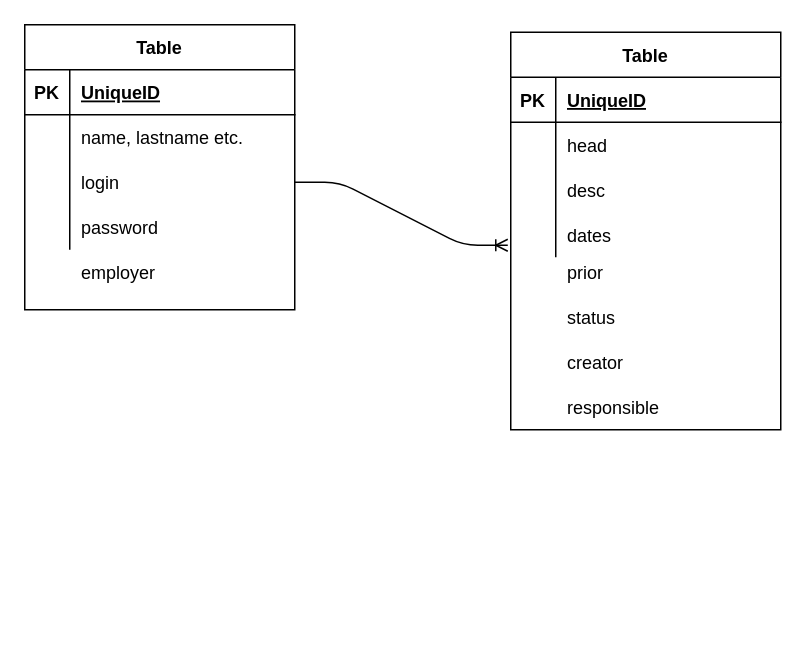
Earlier version of the draw.io diagram Untitled Diagram.drawio (EvilPolygon/TODO_fun). Source tidied: cells renumbered, new cells numbered last; positions are measured from the earlier drawing's top-left corner, leaving out a move shared by most shapes. Both pictures are drawn from the tidied source at 150%, with x=0, y=0 at pixel (24, 24).
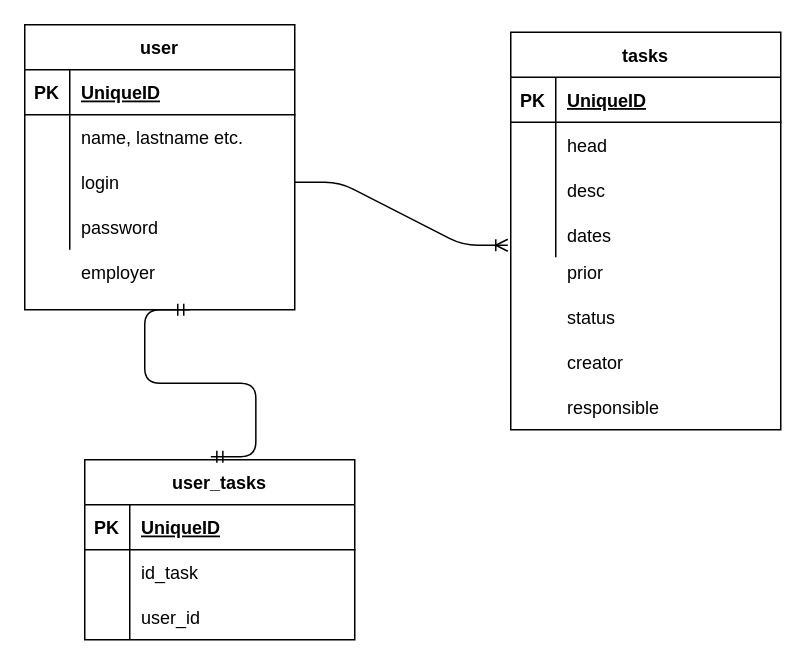
After the change.

What changed in the source:
```diff
@@
-    <mxCell id="2" value="Table" style="shape=table;startSize=30;childLayout=tableLayout;rowLines=0;fontStyle=1;align=center;" parent="1" vertex="1">
+    <mxCell id="2" value="tasks" style="shape=table;startSize=30;childLayout=tableLayout;rowLines=0;fontStyle=1;align=center;" parent="1" vertex="1">
       <mxGeometry x="324" y="5" width="180" height="265" as="geometry" />
     </mxCell>
@@
-    <mxCell id="15" value="Table" style="shape=table;startSize=30;childLayout=tableLayout;rowLines=0;fontStyle=1;align=center;" parent="1" vertex="1">
+    <mxCell id="15" value="user" style="shape=table;startSize=30;childLayout=tableLayout;rowLines=0;fontStyle=1;align=center;" parent="1" vertex="1">
       <mxGeometry width="180" height="190" as="geometry" />
     </mxCell>
@@
+    <mxCell id="34" value="user_tasks" style="shape=table;startSize=30;childLayout=tableLayout;rowLines=0;fontStyle=1;align=center;" parent="1" vertex="1">
+      <mxGeometry x="40" y="290" width="180" height="120" as="geometry" />
+    </mxCell>
+    <mxCell id="35" style="shape=partialRectangle;fillColor=none;top=0;left=0;bottom=1;right=0;" parent="34" vertex="1">
+      <mxGeometry y="30" width="180" height="30" as="geometry" />
+    </mxCell>
+    <mxCell id="36" value="PK" style="shape=partialRectangle;fillColor=none;top=0;left=0;bottom=0;right=0;fontStyle=1;overflow=hidden;" parent="35" vertex="1">
+      <mxGeometry width="30" height="30" as="geometry" />
+    </mxCell>
+    <mxCell id="37" value="UniqueID" style="shape=partialRectangle;fillColor=none;top=0;left=0;bottom=0;right=0;align=left;spacingLeft=6;fontStyle=5;overflow=hidden;" parent="35" vertex="1">
+      <mxGeometry x="30" width="150" height="30" as="geometry" />
+    </mxCell>
+    <mxCell id="38" style="shape=partialRectangle;fillColor=none;top=0;left=0;bottom=0;right=0;" parent="34" vertex="1">
+      <mxGeometry y="60" width="180" height="30" as="geometry" />
+    </mxCell>
+    <mxCell id="39" style="shape=partialRectangle;fillColor=none;top=0;left=0;bottom=0;right=0;overflow=hidden;" parent="38" vertex="1">
+      <mxGeometry width="30" height="30" as="geometry" />
+    </mxCell>
+    <mxCell id="40" value="id_task" style="shape=partialRectangle;fillColor=none;top=0;left=0;bottom=0;right=0;align=left;spacingLeft=6;overflow=hidden;" parent="38" vertex="1">
+      <mxGeometry x="30" width="150" height="30" as="geometry" />
+    </mxCell>
+    <mxCell id="41" style="shape=partialRectangle;fillColor=none;top=0;left=0;bottom=0;right=0;" parent="34" vertex="1">
+      <mxGeometry y="90" width="180" height="30" as="geometry" />
+    </mxCell>
+    <mxCell id="42" style="shape=partialRectangle;fillColor=none;top=0;left=0;bottom=0;right=0;overflow=hidden;" parent="41" vertex="1">
+      <mxGeometry width="30" height="30" as="geometry" />
+    </mxCell>
+    <mxCell id="43" value="user_id" style="shape=partialRectangle;fillColor=none;top=0;left=0;bottom=0;right=0;align=left;spacingLeft=6;overflow=hidden;" parent="41" vertex="1">
+      <mxGeometry x="30" width="150" height="30" as="geometry" />
+    </mxCell>
+    <mxCell id="44" style="edgeStyle=entityRelationEdgeStyle;fontSize=12;html=1;endArrow=ERmandOne;startArrow=ERmandOne;exitX=0.467;exitY=-0.017;exitDx=0;exitDy=0;exitPerimeter=0;" parent="1" edge="1" source="34">
+      <mxGeometry relative="1" as="geometry">
+        <mxPoint x="110" y="190" as="targetPoint" />
+      </mxGeometry>
+    </mxCell>
```
